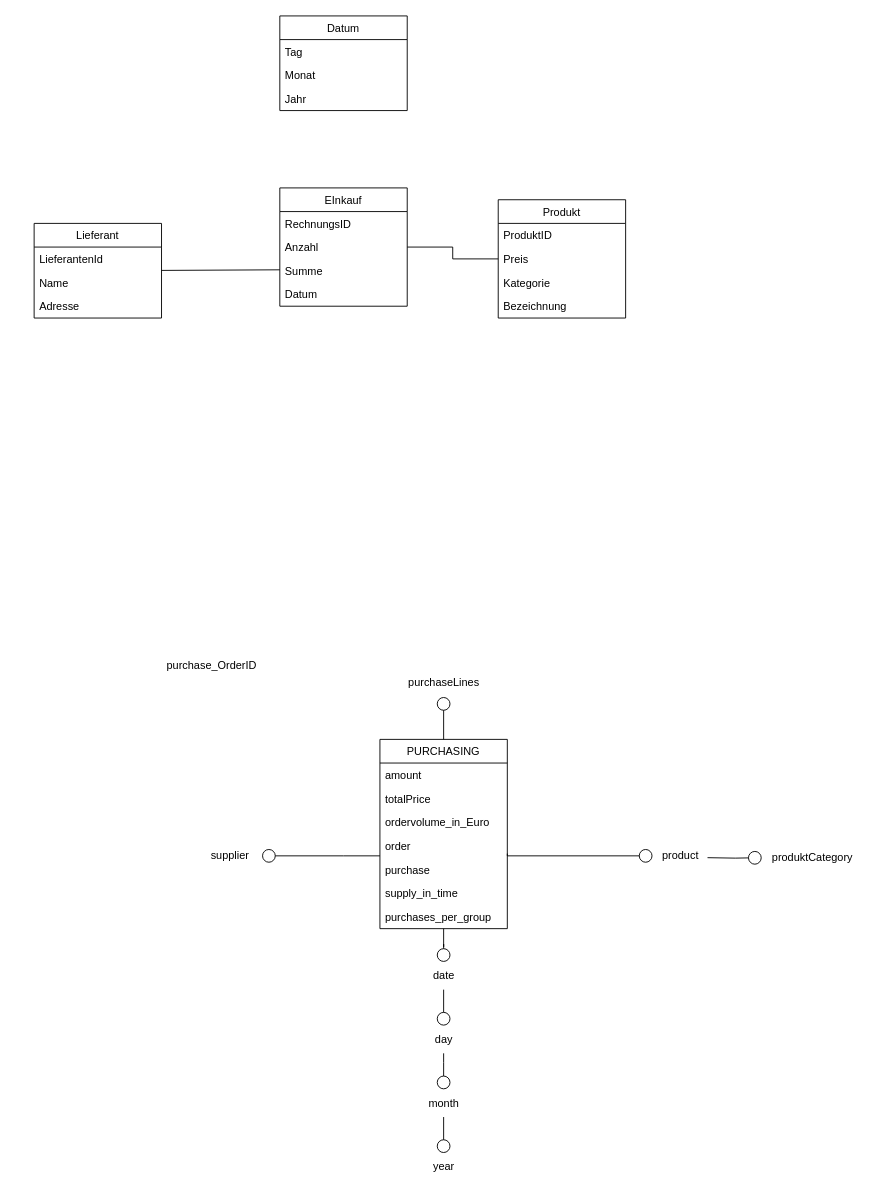
This is page "Einkauf" (6 of 7) of Datenbankmodell_Abgabe_neu.drawio from Lukas313/PR-DKE, a draw.io file, before an edit. Source tidied: cells renumbered, new cells numbered last; positions are measured from the earlier drawing's top-left corner, leaving out a move shared by most shapes. Both pictures are drawn from the tidied source at 91%, with x=0, y=0 at pixel (34, 15).
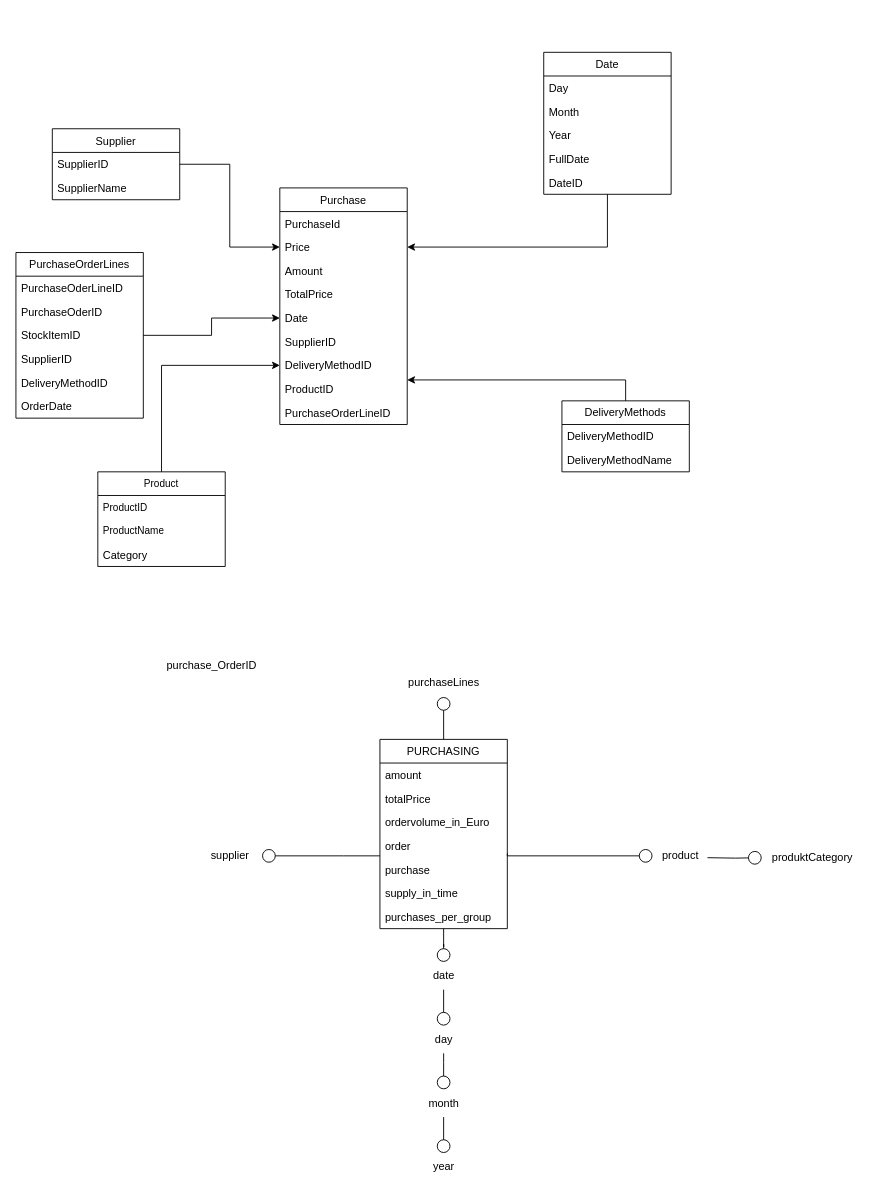
Above is the later version.

Diff of the diagram source:
```diff
@@
-    <mxCell id="2" style="edgeStyle=orthogonalEdgeStyle;rounded=0;jettySize=auto;html=1;endArrow=none;endFill=0;" parent="1" edge="1" source="3" target="13">
-      <mxGeometry relative="1" as="geometry" />
-    </mxCell>
+    <mxCell id="47" style="edgeStyle=orthogonalEdgeStyle;shape=connector;rounded=0;jettySize=auto;html=1;entryX=0;entryY=0.5;entryDx=0;entryDy=0;labelBackgroundColor=default;strokeColor=default;align=center;verticalAlign=middle;fontFamily=Helvetica;fontSize=11;fontColor=default;endArrow=classic;" parent="1" edge="1" source="3" target="17">
+      <mxGeometry relative="1" as="geometry" />
+    </mxCell>
-    <mxCell id="3" value="Produkt" style="swimlane;fontStyle=0;horizontal=1;startSize=26;fillColor=none;" parent="1" vertex="1">
-      <mxGeometry x="510" y="202" width="140" height="130" as="geometry" />
+    <mxCell id="3" value="PurchaseOrderLines" style="swimlane;fontStyle=0;horizontal=1;startSize=26;fillColor=none;" parent="1" vertex="1">
+      <mxGeometry x="-20" y="260" width="140" height="182" as="geometry" />
     </mxCell>
-    <mxCell id="4" value="ProduktID" style="text;strokeColor=none;fillColor=none;align=left;verticalAlign=top;spacingLeft=4;spacingRight=4;overflow=hidden;" parent="3" vertex="1">
+    <mxCell id="4" value="PurchaseOderLineID" style="text;strokeColor=none;fillColor=none;align=left;verticalAlign=top;spacingLeft=4;spacingRight=4;overflow=hidden;" parent="3" vertex="1">
       <mxGeometry y="26" width="140" height="26" as="geometry" />
     </mxCell>
-    <mxCell id="5" value="Preis" style="text;strokeColor=none;fillColor=none;align=left;verticalAlign=top;spacingLeft=4;spacingRight=4;overflow=hidden;" parent="3" vertex="1">
+    <mxCell id="5" value="PurchaseOderID" style="text;strokeColor=none;fillColor=none;align=left;verticalAlign=top;spacingLeft=4;spacingRight=4;overflow=hidden;" parent="3" vertex="1">
       <mxGeometry y="52" width="140" height="26" as="geometry" />
     </mxCell>
-    <mxCell id="6" value="Kategorie" style="text;strokeColor=none;fillColor=none;align=left;verticalAlign=top;spacingLeft=4;spacingRight=4;overflow=hidden;" parent="3" vertex="1">
+    <mxCell id="6" value="StockItemID" style="text;strokeColor=none;fillColor=none;align=left;verticalAlign=top;spacingLeft=4;spacingRight=4;overflow=hidden;" parent="3" vertex="1">
       <mxGeometry y="78" width="140" height="26" as="geometry" />
     </mxCell>
-    <mxCell id="7" value="Bezeichnung" style="text;strokeColor=none;fillColor=none;align=left;verticalAlign=top;spacingLeft=4;spacingRight=4;overflow=hidden;" parent="3" vertex="1">
+    <mxCell id="7" value="SupplierID" style="text;strokeColor=none;fillColor=none;align=left;verticalAlign=top;spacingLeft=4;spacingRight=4;overflow=hidden;" parent="3" vertex="1">
       <mxGeometry y="104" width="140" height="26" as="geometry" />
     </mxCell>
+    <mxCell id="48" value="DeliveryMethodID" style="text;strokeColor=none;fillColor=none;align=left;verticalAlign=top;spacingLeft=4;spacingRight=4;overflow=hidden;" parent="3" vertex="1">
+      <mxGeometry y="130" width="140" height="26" as="geometry" />
+    </mxCell>
+    <mxCell id="49" value="OrderDate" style="text;strokeColor=none;fillColor=none;align=left;verticalAlign=top;spacingLeft=4;spacingRight=4;overflow=hidden;" parent="3" vertex="1">
+      <mxGeometry y="156" width="140" height="26" as="geometry" />
+    </mxCell>
-    <mxCell id="8" value="Lieferant" style="swimlane;fontStyle=0;horizontal=1;startSize=26;fillColor=none;" parent="1" vertex="1">
-      <mxGeometry y="228" width="140" height="104" as="geometry" />
+    <mxCell id="8" value="Supplier" style="swimlane;fontStyle=0;horizontal=1;startSize=26;fillColor=none;" parent="1" vertex="1">
+      <mxGeometry x="20" y="124" width="140" height="78" as="geometry" />
     </mxCell>
-    <mxCell id="9" value="LieferantenId" style="text;strokeColor=none;fillColor=none;align=left;verticalAlign=top;spacingLeft=4;spacingRight=4;overflow=hidden;points=[[0,0.5],[1,0.5]];portConstraint=eastwest;" parent="8" vertex="1">
+    <mxCell id="9" value="SupplierID" style="text;strokeColor=none;fillColor=none;align=left;verticalAlign=top;spacingLeft=4;spacingRight=4;overflow=hidden;points=[[0,0.5],[1,0.5]];portConstraint=eastwest;" parent="8" vertex="1">
       <mxGeometry y="26" width="140" height="26" as="geometry" />
     </mxCell>
-    <mxCell id="10" value="Name" style="text;strokeColor=none;fillColor=none;align=left;verticalAlign=top;spacingLeft=4;spacingRight=4;overflow=hidden;" parent="8" vertex="1">
+    <mxCell id="10" value="SupplierName" style="text;strokeColor=none;fillColor=none;align=left;verticalAlign=top;spacingLeft=4;spacingRight=4;overflow=hidden;" parent="8" vertex="1">
       <mxGeometry y="52" width="140" height="26" as="geometry" />
     </mxCell>
-    <mxCell id="11" value="Adresse" style="text;strokeColor=none;fillColor=none;align=left;verticalAlign=top;spacingLeft=4;spacingRight=4;overflow=hidden;" parent="8" vertex="1">
-      <mxGeometry y="78" width="140" height="26" as="geometry" />
-    </mxCell>
-    <mxCell id="12" style="endArrow=none;html=1;rounded=0;" parent="1" edge="1" source="8">
-      <mxGeometry relative="1" as="geometry">
-        <mxPoint x="270" y="279" as="targetPoint" />
-      </mxGeometry>
-    </mxCell>
-    <mxCell id="13" value="EInkauf" style="swimlane;fontStyle=0;horizontal=1;startSize=26;fillColor=none;" parent="1" vertex="1">
-      <mxGeometry x="270" y="189" width="140" height="130" as="geometry" />
+    <mxCell id="13" value="Purchase" style="swimlane;fontStyle=0;horizontal=1;startSize=26;fillColor=none;" parent="1" vertex="1">
+      <mxGeometry x="270" y="189" width="140" height="260" as="geometry" />
     </mxCell>
-    <mxCell id="14" value="RechnungsID" style="text;strokeColor=none;fillColor=none;align=left;verticalAlign=top;spacingLeft=4;spacingRight=4;overflow=hidden;" parent="13" vertex="1">
+    <mxCell id="14" value="PurchaseId" style="text;strokeColor=none;fillColor=none;align=left;verticalAlign=top;spacingLeft=4;spacingRight=4;overflow=hidden;" parent="13" vertex="1">
       <mxGeometry y="26" width="140" height="26" as="geometry" />
     </mxCell>
+    <mxCell id="50" value="Price" style="text;strokeColor=none;fillColor=none;align=left;verticalAlign=top;spacingLeft=4;spacingRight=4;overflow=hidden;points=[[0,0.5],[1,0.5]];portConstraint=eastwest;" parent="13" vertex="1">
+      <mxGeometry y="52" width="140" height="26" as="geometry" />
+    </mxCell>
-    <mxCell id="15" value="Anzahl" style="text;strokeColor=none;fillColor=none;align=left;verticalAlign=top;spacingLeft=4;spacingRight=4;overflow=hidden;" parent="13" vertex="1">
-      <mxGeometry y="52" width="140" height="26" as="geometry" />
+    <mxCell id="15" value="Amount" style="text;strokeColor=none;fillColor=none;align=left;verticalAlign=top;spacingLeft=4;spacingRight=4;overflow=hidden;" parent="13" vertex="1">
+      <mxGeometry y="78" width="140" height="26" as="geometry" />
     </mxCell>
-    <mxCell id="16" value="Summe" style="text;strokeColor=none;fillColor=none;align=left;verticalAlign=top;spacingLeft=4;spacingRight=4;overflow=hidden;" parent="13" vertex="1">
-      <mxGeometry y="78" width="140" height="26" as="geometry" />
+    <mxCell id="16" value="TotalPrice" style="text;strokeColor=none;fillColor=none;align=left;verticalAlign=top;spacingLeft=4;spacingRight=4;overflow=hidden;" parent="13" vertex="1">
+      <mxGeometry y="104" width="140" height="26" as="geometry" />
     </mxCell>
-    <mxCell id="17" value="Datum" style="text;strokeColor=none;fillColor=none;align=left;verticalAlign=top;spacingLeft=4;spacingRight=4;overflow=hidden;points=[[0,0.5],[1,0.5]];portConstraint=eastwest;" parent="13" vertex="1">
-      <mxGeometry y="104" width="140" height="26" as="geometry" />
+    <mxCell id="17" value="Date" style="text;strokeColor=none;fillColor=none;align=left;verticalAlign=top;spacingLeft=4;spacingRight=4;overflow=hidden;points=[[0,0.5],[1,0.5]];portConstraint=eastwest;" parent="13" vertex="1">
+      <mxGeometry y="130" width="140" height="26" as="geometry" />
     </mxCell>
+    <mxCell id="51" value="SupplierID" style="text;strokeColor=none;fillColor=none;align=left;verticalAlign=top;spacingLeft=4;spacingRight=4;overflow=hidden;" parent="13" vertex="1">
+      <mxGeometry y="156" width="140" height="26" as="geometry" />
+    </mxCell>
+    <mxCell id="52" value="DeliveryMethodID" style="text;strokeColor=none;fillColor=none;align=left;verticalAlign=top;spacingLeft=4;spacingRight=4;overflow=hidden;points=[[0,0.5],[1,0.5]];portConstraint=eastwest;" parent="13" vertex="1">
+      <mxGeometry y="182" width="140" height="26" as="geometry" />
+    </mxCell>
+    <mxCell id="53" value="ProductID" style="text;strokeColor=none;fillColor=none;align=left;verticalAlign=top;spacingLeft=4;spacingRight=4;overflow=hidden;" parent="13" vertex="1">
+      <mxGeometry y="208" width="140" height="26" as="geometry" />
+    </mxCell>
+    <mxCell id="54" value="PurchaseOrderLineID" style="text;strokeColor=none;fillColor=none;align=left;verticalAlign=top;spacingLeft=4;spacingRight=4;overflow=hidden;" parent="13" vertex="1">
+      <mxGeometry y="234" width="140" height="26" as="geometry" />
+    </mxCell>
+    <mxCell id="55" style="edgeStyle=orthogonalEdgeStyle;rounded=0;jettySize=auto;html=1;entryX=1;entryY=0.5;entryDx=0;entryDy=0;" parent="1" edge="1" source="18" target="50">
+      <mxGeometry relative="1" as="geometry" />
+    </mxCell>
-    <mxCell id="18" value="Datum" style="swimlane;fontStyle=0;horizontal=1;startSize=26;fillColor=none;" parent="1" vertex="1">
-      <mxGeometry x="270" width="140" height="104" as="geometry" />
+    <mxCell id="18" value="Date" style="swimlane;fontStyle=0;horizontal=1;startSize=26;fillColor=none;" parent="1" vertex="1">
+      <mxGeometry x="560" y="40" width="140" height="156" as="geometry" />
     </mxCell>
-    <mxCell id="19" value="Tag" style="text;strokeColor=none;fillColor=none;align=left;verticalAlign=top;spacingLeft=4;spacingRight=4;overflow=hidden;" parent="18" vertex="1">
+    <mxCell id="19" value="Day" style="text;strokeColor=none;fillColor=none;align=left;verticalAlign=top;spacingLeft=4;spacingRight=4;overflow=hidden;" parent="18" vertex="1">
       <mxGeometry y="26" width="140" height="26" as="geometry" />
     </mxCell>
-    <mxCell id="20" value="Monat" style="text;strokeColor=none;fillColor=none;align=left;verticalAlign=top;spacingLeft=4;spacingRight=4;overflow=hidden;" parent="18" vertex="1">
+    <mxCell id="20" value="Month" style="text;strokeColor=none;fillColor=none;align=left;verticalAlign=top;spacingLeft=4;spacingRight=4;overflow=hidden;" parent="18" vertex="1">
       <mxGeometry y="52" width="140" height="26" as="geometry" />
     </mxCell>
-    <mxCell id="21" value="Jahr" style="text;strokeColor=none;fillColor=none;align=left;verticalAlign=top;spacingLeft=4;spacingRight=4;overflow=hidden;" parent="18" vertex="1">
+    <mxCell id="21" value="Year" style="text;strokeColor=none;fillColor=none;align=left;verticalAlign=top;spacingLeft=4;spacingRight=4;overflow=hidden;" parent="18" vertex="1">
       <mxGeometry y="78" width="140" height="26" as="geometry" />
     </mxCell>
+    <mxCell id="56" value="FullDate" style="text;strokeColor=none;fillColor=none;align=left;verticalAlign=top;spacingLeft=4;spacingRight=4;overflow=hidden;" parent="18" vertex="1">
+      <mxGeometry y="104" width="140" height="26" as="geometry" />
+    </mxCell>
+    <mxCell id="57" value="DateID" style="text;strokeColor=none;fillColor=none;align=left;verticalAlign=top;spacingLeft=4;spacingRight=4;overflow=hidden;" parent="18" vertex="1">
+      <mxGeometry y="130" width="140" height="26" as="geometry" />
+    </mxCell>
@@
+    <mxCell id="58" style="edgeStyle=orthogonalEdgeStyle;rounded=0;jettySize=auto;html=1;entryX=0;entryY=0.5;entryDx=0;entryDy=0;" parent="1" edge="1" source="9" target="50">
+      <mxGeometry relative="1" as="geometry" />
+    </mxCell>
+    <mxCell id="59" style="edgeStyle=orthogonalEdgeStyle;rounded=0;jettySize=auto;html=1;" parent="1" edge="1" source="60">
+      <mxGeometry relative="1" as="geometry">
+        <mxPoint x="410" y="400" as="targetPoint" />
+        <Array as="points">
+          <mxPoint x="650" y="400" />
+          <mxPoint x="410" y="400" />
+        </Array>
+      </mxGeometry>
+    </mxCell>
+    <mxCell id="60" value="DeliveryMethods" style="swimlane;fontStyle=0;horizontal=1;startSize=26;fillColor=none;whiteSpace=wrap;html=1;" parent="1" vertex="1">
+      <mxGeometry x="580" y="423" width="140" height="78" as="geometry" />
+    </mxCell>
+    <mxCell id="61" value="DeliveryMethodID" style="text;strokeColor=none;fillColor=none;align=left;verticalAlign=top;spacingLeft=4;spacingRight=4;overflow=hidden;whiteSpace=wrap;html=1;" parent="60" vertex="1">
+      <mxGeometry y="26" width="140" height="26" as="geometry" />
+    </mxCell>
+    <mxCell id="62" value="DeliveryMethodName" style="text;strokeColor=none;fillColor=none;align=left;verticalAlign=top;spacingLeft=4;spacingRight=4;overflow=hidden;whiteSpace=wrap;html=1;" parent="60" vertex="1">
+      <mxGeometry y="52" width="140" height="26" as="geometry" />
+    </mxCell>
+    <mxCell id="63" style="edgeStyle=orthogonalEdgeStyle;shape=connector;rounded=0;jettySize=auto;html=1;entryX=0;entryY=0.5;entryDx=0;entryDy=0;labelBackgroundColor=default;strokeColor=default;align=center;verticalAlign=middle;fontFamily=Helvetica;fontSize=11;fontColor=default;endArrow=classic;" parent="1" edge="1" source="64" target="52">
+      <mxGeometry relative="1" as="geometry" />
+    </mxCell>
+    <mxCell id="64" value="Product" style="swimlane;fontStyle=0;horizontal=1;startSize=26;fillColor=none;whiteSpace=wrap;html=1;fontFamily=Helvetica;fontSize=11;fontColor=default;" parent="1" vertex="1">
+      <mxGeometry x="70" y="501" width="140" height="104" as="geometry" />
+    </mxCell>
+    <mxCell id="65" value="ProductID" style="text;strokeColor=none;fillColor=none;align=left;verticalAlign=top;spacingLeft=4;spacingRight=4;overflow=hidden;whiteSpace=wrap;html=1;fontSize=11;fontFamily=Helvetica;fontColor=default;" parent="64" vertex="1">
+      <mxGeometry y="26" width="140" height="26" as="geometry" />
+    </mxCell>
+    <mxCell id="66" value="ProductName" style="text;strokeColor=none;fillColor=none;align=left;verticalAlign=top;spacingLeft=4;spacingRight=4;overflow=hidden;whiteSpace=wrap;html=1;fontSize=11;fontFamily=Helvetica;fontColor=default;" parent="64" vertex="1">
+      <mxGeometry y="52" width="140" height="26" as="geometry" />
+    </mxCell>
+    <mxCell id="67" value="Category" style="text;strokeColor=none;fillColor=none;align=left;verticalAlign=top;spacingLeft=4;spacingRight=4;overflow=hidden;" parent="64" vertex="1">
+      <mxGeometry y="78" width="140" height="26" as="geometry" />
+    </mxCell>
```
